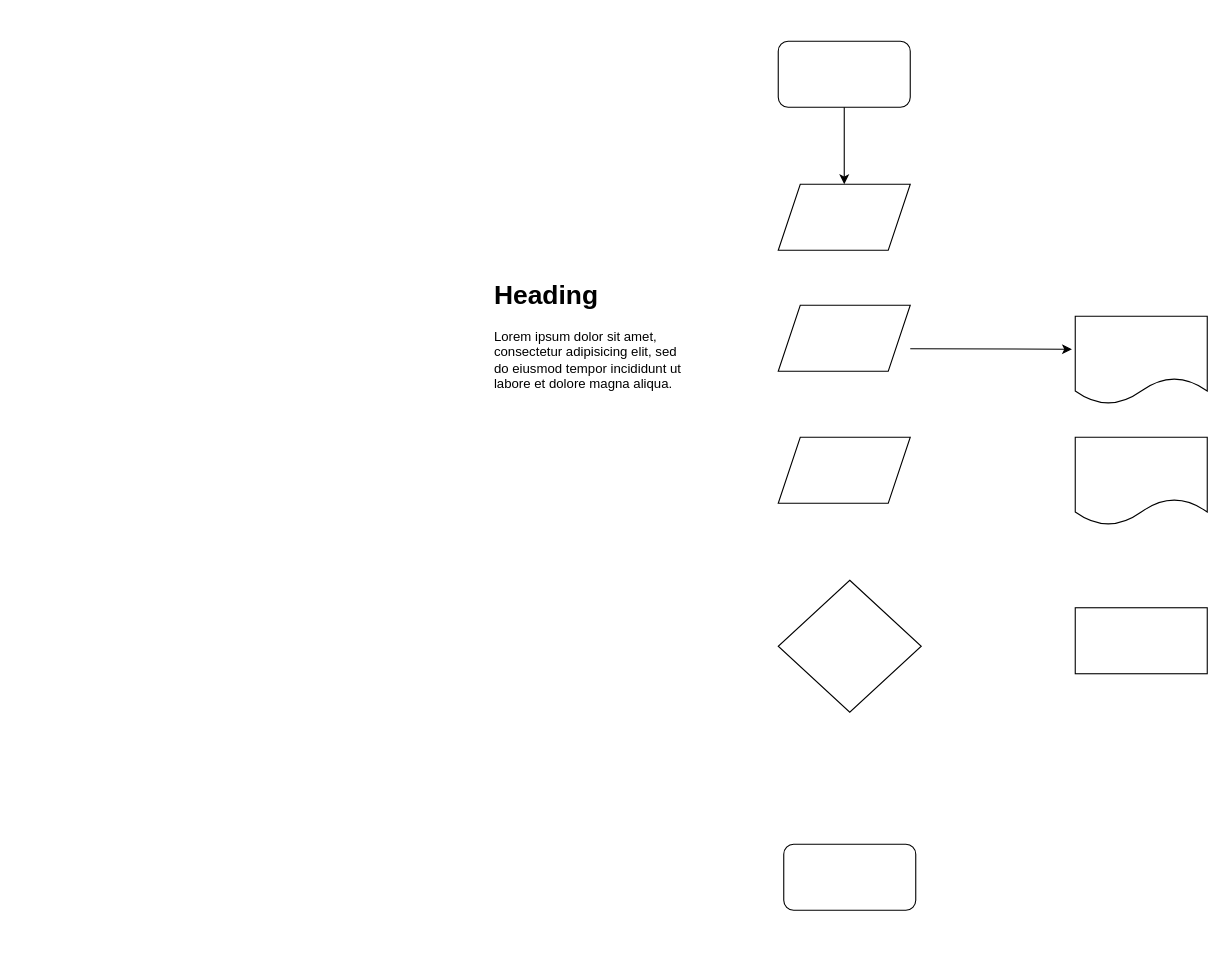
Allgommes/draw keeps this draw.io diagram as Fluxograma_Triangulo.drawio. Above is the earlier version. Source tidied: cells renumbered, new cells numbered last; positions are measured from the earlier drawing's top-left corner, leaving out a move shared by most shapes. Both pictures are drawn from the tidied source at 110%, with x=0, y=0 at pixel (492, 41).
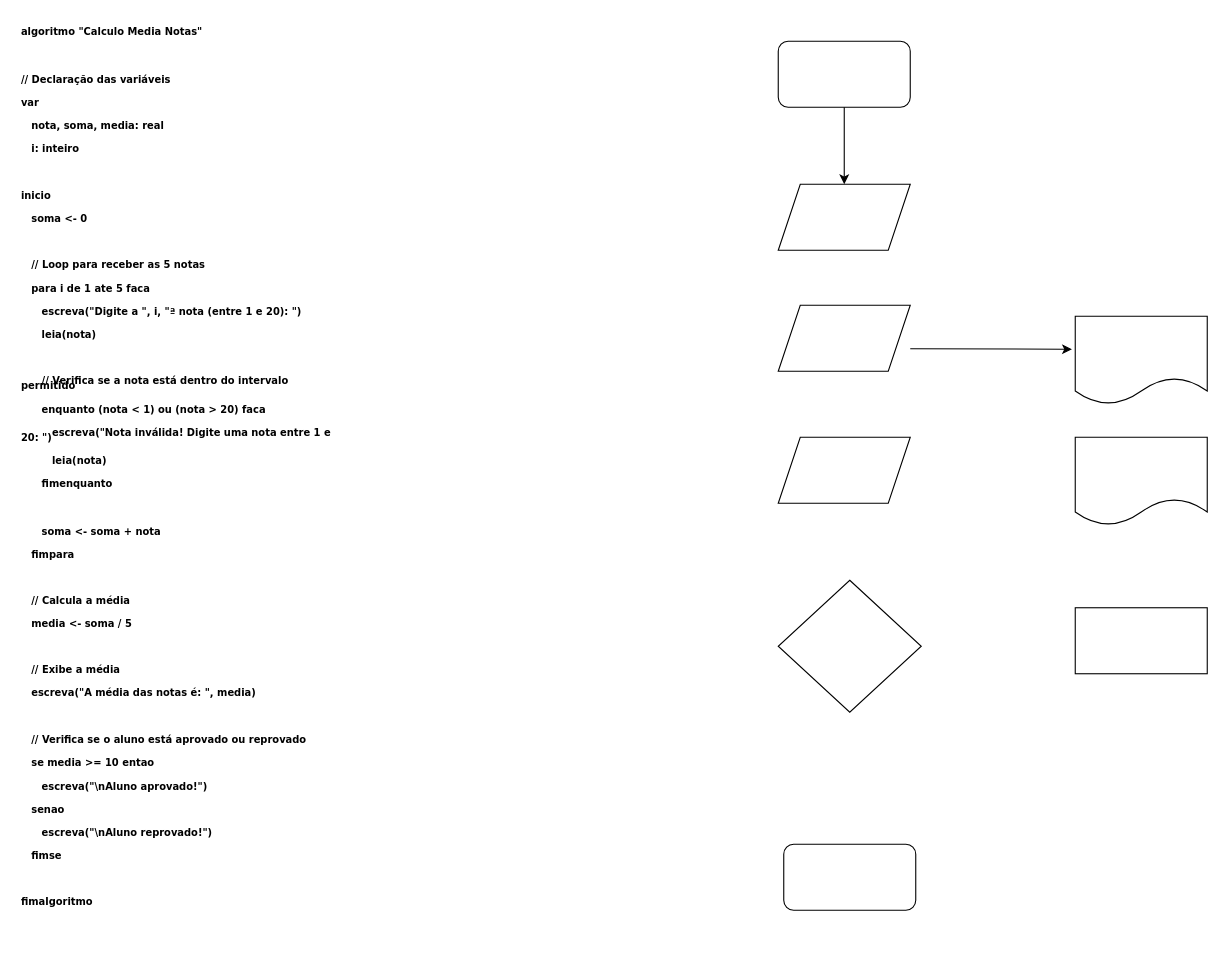
The same page after the edit.

What changed in the source:
```diff
@@
-<mxGraphModel>
+<mxGraphModel background="light-dark(#FFFFFF,#808080)">
   <root>
     <mxCell id="0" />
     <mxCell id="1" parent="0" />
     <mxCell id="2" style="rounded=1;whiteSpace=wrap;html=1;" parent="1" vertex="1">
       <mxGeometry x="260" width="120" height="60" as="geometry" />
     </mxCell>
     <mxCell id="3" style="shape=parallelogram;perimeter=parallelogramPerimeter;whiteSpace=wrap;html=1;fixedSize=1;" parent="1" vertex="1">
       <mxGeometry x="260" y="130" width="120" height="60" as="geometry" />
     </mxCell>
     <mxCell id="4" style="shape=parallelogram;perimeter=parallelogramPerimeter;whiteSpace=wrap;html=1;fixedSize=1;" parent="1" vertex="1">
       <mxGeometry x="260" y="240" width="120" height="60" as="geometry" />
     </mxCell>
     <mxCell id="5" style="shape=parallelogram;perimeter=parallelogramPerimeter;whiteSpace=wrap;html=1;fixedSize=1;" parent="1" vertex="1">
       <mxGeometry x="260" y="360" width="120" height="60" as="geometry" />
     </mxCell>
     <mxCell id="6" style="rhombus;whiteSpace=wrap;html=1;" parent="1" vertex="1">
       <mxGeometry x="260" y="490" width="130" height="120" as="geometry" />
     </mxCell>
     <mxCell id="7" style="rounded=1;whiteSpace=wrap;html=1;" parent="1" vertex="1">
       <mxGeometry x="265" y="730" width="120" height="60" as="geometry" />
     </mxCell>
     <mxCell id="8" style="shape=document;whiteSpace=wrap;html=1;boundedLbl=1;" parent="1" vertex="1">
       <mxGeometry x="530" y="250" width="120" height="80" as="geometry" />
     </mxCell>
     <mxCell id="9" style="shape=document;whiteSpace=wrap;html=1;boundedLbl=1;" parent="1" vertex="1">
       <mxGeometry x="530" y="360" width="120" height="80" as="geometry" />
     </mxCell>
-    <mxCell id="10" value="&lt;h1 style=&quot;margin-top: 0px;&quot;&gt;Heading&lt;/h1&gt;&lt;p&gt;Lorem ipsum dolor sit amet, consectetur adipisicing elit, sed do eiusmod tempor incididunt ut labore et dolore magna aliqua.&lt;/p&gt;" style="text;html=1;whiteSpace=wrap;overflow=hidden;rounded=0;" parent="1" vertex="1">
-      <mxGeometry y="210" width="180" height="120" as="geometry" />
-    </mxCell>
     <mxCell id="11" style="endArrow=classic;html=1;rounded=0;entryX=-0.025;entryY=0.375;entryDx=0;entryDy=0;entryPerimeter=0;" parent="1" edge="1" target="8">
       <mxGeometry relative="1" as="geometry">
         <mxPoint x="380" y="279.5" as="sourcePoint" />
       </mxGeometry>
     </mxCell>
     <mxCell id="12" style="endArrow=classic;html=1;rounded=0;entryX=0.5;entryY=0;entryDx=0;entryDy=0;exitX=0.5;exitY=1;exitDx=0;exitDy=0;" parent="1" edge="1" source="2" target="3">
       <mxGeometry relative="1" as="geometry" />
     </mxCell>
     <mxCell id="13" style="rounded=0;whiteSpace=wrap;html=1;" parent="1" vertex="1">
       <mxGeometry x="530" y="515" width="120" height="60" as="geometry" />
     </mxCell>
+    <mxCell id="14" value="&lt;div style=&quot;line-height: 0%;&quot;&gt;&lt;h1 style=&quot;margin-top: 0px;&quot;&gt;&lt;font face=&quot;Verdana&quot; style=&quot;font-size: 9px;&quot;&gt;algoritmo &quot;Calculo Media Notas&quot;&lt;/font&gt;&lt;/h1&gt;&lt;div&gt;&lt;font face=&quot;Verdana&quot; style=&quot;font-size: 9px;&quot;&gt;&lt;br&gt;&lt;/font&gt;&lt;/div&gt;&lt;h1 style=&quot;margin-top: 0px;&quot;&gt;&lt;font face=&quot;Verdana&quot; style=&quot;font-size: 9px;&quot;&gt;&lt;br&gt;&lt;/font&gt;&lt;/h1&gt;&lt;h1 style=&quot;margin-top: 0px;&quot;&gt;&lt;font face=&quot;Verdana&quot; style=&quot;font-size: 9px;&quot;&gt;// Declaração das variáveis&lt;/font&gt;&lt;/h1&gt;&lt;h1 style=&quot;margin-top: 0px;&quot;&gt;&lt;font face=&quot;Verdana&quot; style=&quot;font-size: 9px;&quot;&gt;var&lt;/font&gt;&lt;/h1&gt;&lt;h1 style=&quot;margin-top: 0px;&quot;&gt;&lt;font face=&quot;Verdana&quot; style=&quot;font-size: 9px;&quot;&gt;&amp;nbsp; &amp;nbsp;nota, soma, media: real&lt;/font&gt;&lt;/h1&gt;&lt;h1 style=&quot;margin-top: 0px;&quot;&gt;&lt;font face=&quot;Verdana&quot; style=&quot;font-size: 9px;&quot;&gt;&amp;nbsp; &amp;nbsp;i: inteiro&lt;/font&gt;&lt;/h1&gt;&lt;h1 style=&quot;margin-top: 0px;&quot;&gt;&lt;font face=&quot;Verdana&quot; style=&quot;font-size: 9px;&quot;&gt;&lt;br&gt;&lt;/font&gt;&lt;/h1&gt;&lt;h1 style=&quot;margin-top: 0px;&quot;&gt;&lt;font face=&quot;Verdana&quot; style=&quot;font-size: 9px;&quot;&gt;inicio&lt;/font&gt;&lt;/h1&gt;&lt;h1 style=&quot;margin-top: 0px;&quot;&gt;&lt;font face=&quot;Verdana&quot; style=&quot;font-size: 9px;&quot;&gt;&amp;nbsp; &amp;nbsp;soma &amp;lt;- 0&lt;/font&gt;&lt;/h1&gt;&lt;h1 style=&quot;margin-top: 0px;&quot;&gt;&lt;font face=&quot;Verdana&quot; style=&quot;font-size: 9px;&quot;&gt;&amp;nbsp; &amp;nbsp;&lt;/font&gt;&lt;/h1&gt;&lt;h1 style=&quot;margin-top: 0px;&quot;&gt;&lt;font face=&quot;Verdana&quot; style=&quot;font-size: 9px;&quot;&gt;&amp;nbsp; &amp;nbsp;// Loop para receber as 5 notas&lt;/font&gt;&lt;/h1&gt;&lt;h1 style=&quot;margin-top: 0px;&quot;&gt;&lt;font face=&quot;Verdana&quot; style=&quot;font-size: 9px;&quot;&gt;&amp;nbsp; &amp;nbsp;para i de 1 ate 5 faca&lt;/font&gt;&lt;/h1&gt;&lt;h1 style=&quot;margin-top: 0px;&quot;&gt;&lt;font face=&quot;Verdana&quot; style=&quot;font-size: 9px;&quot;&gt;&amp;nbsp; &amp;nbsp; &amp;nbsp; escreva(&quot;Digite a &quot;, i, &quot;ª nota (entre 1 e 20): &quot;)&lt;/font&gt;&lt;/h1&gt;&lt;h1 style=&quot;margin-top: 0px;&quot;&gt;&lt;font face=&quot;Verdana&quot; style=&quot;font-size: 9px;&quot;&gt;&amp;nbsp; &amp;nbsp; &amp;nbsp; leia(nota)&lt;/font&gt;&lt;/h1&gt;&lt;h1 style=&quot;margin-top: 0px;&quot;&gt;&lt;font face=&quot;Verdana&quot; style=&quot;font-size: 9px;&quot;&gt;&amp;nbsp; &amp;nbsp; &amp;nbsp;&amp;nbsp;&lt;/font&gt;&lt;/h1&gt;&lt;h1 style=&quot;margin-top: 0px;&quot;&gt;&lt;font face=&quot;Verdana&quot; style=&quot;font-size: 9px;&quot;&gt;&amp;nbsp; &amp;nbsp; &amp;nbsp; // Verifica se a nota está dentro do intervalo permitido&lt;/font&gt;&lt;/h1&gt;&lt;h1 style=&quot;margin-top: 0px;&quot;&gt;&lt;font face=&quot;Verdana&quot; style=&quot;font-size: 9px;&quot;&gt;&amp;nbsp; &amp;nbsp; &amp;nbsp; enquanto (nota &amp;lt; 1) ou (nota &amp;gt; 20) faca&lt;/font&gt;&lt;/h1&gt;&lt;h1 style=&quot;margin-top: 0px;&quot;&gt;&lt;font face=&quot;Verdana&quot; style=&quot;font-size: 9px;&quot;&gt;&amp;nbsp; &amp;nbsp; &amp;nbsp; &amp;nbsp; &amp;nbsp;escreva(&quot;Nota inválida! Digite uma nota entre 1 e 20: &quot;)&lt;/font&gt;&lt;/h1&gt;&lt;h1 style=&quot;margin-top: 0px;&quot;&gt;&lt;font face=&quot;Verdana&quot; style=&quot;font-size: 9px;&quot;&gt;&amp;nbsp; &amp;nbsp; &amp;nbsp; &amp;nbsp; &amp;nbsp;leia(nota)&lt;/font&gt;&lt;/h1&gt;&lt;h1 style=&quot;margin-top: 0px;&quot;&gt;&lt;font face=&quot;Verdana&quot; style=&quot;font-size: 9px;&quot;&gt;&amp;nbsp; &amp;nbsp; &amp;nbsp; fimenquanto&lt;/font&gt;&lt;/h1&gt;&lt;h1 style=&quot;margin-top: 0px;&quot;&gt;&lt;font face=&quot;Verdana&quot; style=&quot;font-size: 9px;&quot;&gt;&amp;nbsp; &amp;nbsp; &amp;nbsp;&amp;nbsp;&lt;/font&gt;&lt;/h1&gt;&lt;h1 style=&quot;margin-top: 0px;&quot;&gt;&lt;font face=&quot;Verdana&quot; style=&quot;font-size: 9px;&quot;&gt;&amp;nbsp; &amp;nbsp; &amp;nbsp; soma &amp;lt;- soma + nota&lt;/font&gt;&lt;/h1&gt;&lt;h1 style=&quot;margin-top: 0px;&quot;&gt;&lt;font face=&quot;Verdana&quot; style=&quot;font-size: 9px;&quot;&gt;&amp;nbsp; &amp;nbsp;fimpara&lt;/font&gt;&lt;/h1&gt;&lt;h1 style=&quot;margin-top: 0px;&quot;&gt;&lt;font face=&quot;Verdana&quot; style=&quot;font-size: 9px;&quot;&gt;&amp;nbsp; &amp;nbsp;&lt;/font&gt;&lt;/h1&gt;&lt;h1 style=&quot;margin-top: 0px;&quot;&gt;&lt;font face=&quot;Verdana&quot; style=&quot;font-size: 9px;&quot;&gt;&amp;nbsp; &amp;nbsp;// Calcula a média&lt;/font&gt;&lt;/h1&gt;&lt;h1 style=&quot;margin-top: 0px;&quot;&gt;&lt;font face=&quot;Verdana&quot; style=&quot;font-size: 9px;&quot;&gt;&amp;nbsp; &amp;nbsp;media &amp;lt;- soma / 5&lt;/font&gt;&lt;/h1&gt;&lt;h1 style=&quot;margin-top: 0px;&quot;&gt;&lt;font face=&quot;Verdana&quot; style=&quot;font-size: 9px;&quot;&gt;&amp;nbsp; &amp;nbsp;&lt;/font&gt;&lt;/h1&gt;&lt;h1 style=&quot;margin-top: 0px;&quot;&gt;&lt;font face=&quot;Verdana&quot; style=&quot;font-size: 9px;&quot;&gt;&amp;nbsp; &amp;nbsp;// Exibe a média&lt;/font&gt;&lt;/h1&gt;&lt;h1 style=&quot;margin-top: 0px;&quot;&gt;&lt;font face=&quot;Verdana&quot; style=&quot;font-size: 9px;&quot;&gt;&amp;nbsp; &amp;nbsp;escreva(&quot;A média das notas é: &quot;, media)&lt;/font&gt;&lt;/h1&gt;&lt;h1 style=&quot;margin-top: 0px;&quot;&gt;&lt;font face=&quot;Verdana&quot; style=&quot;font-size: 9px;&quot;&gt;&amp;nbsp; &amp;nbsp;&lt;/font&gt;&lt;/h1&gt;&lt;h1 style=&quot;margin-top: 0px;&quot;&gt;&lt;font face=&quot;Verdana&quot; style=&quot;font-size: 9px;&quot;&gt;&amp;nbsp; &amp;nbsp;// Verifica se o aluno está aprovado ou reprovado&lt;/font&gt;&lt;/h1&gt;&lt;h1 style=&quot;margin-top: 0px;&quot;&gt;&lt;font face=&quot;Verdana&quot; style=&quot;font-size: 9px;&quot;&gt;&amp;nbsp; &amp;nbsp;se media &amp;gt;= 10 entao&lt;/font&gt;&lt;/h1&gt;&lt;h1 style=&quot;margin-top: 0px;&quot;&gt;&lt;font face=&quot;Verdana&quot; style=&quot;font-size: 9px;&quot;&gt;&amp;nbsp; &amp;nbsp; &amp;nbsp; escreva(&quot;\nAluno aprovado!&quot;)&lt;/font&gt;&lt;/h1&gt;&lt;h1 style=&quot;margin-top: 0px;&quot;&gt;&lt;font face=&quot;Verdana&quot; style=&quot;font-size: 9px;&quot;&gt;&amp;nbsp; &amp;nbsp;senao&lt;/font&gt;&lt;/h1&gt;&lt;h1 style=&quot;margin-top: 0px;&quot;&gt;&lt;font face=&quot;Verdana&quot; style=&quot;font-size: 9px;&quot;&gt;&amp;nbsp; &amp;nbsp; &amp;nbsp; escreva(&quot;\nAluno reprovado!&quot;)&lt;/font&gt;&lt;/h1&gt;&lt;h1 style=&quot;margin-top: 0px;&quot;&gt;&lt;font face=&quot;Verdana&quot; style=&quot;font-size: 9px;&quot;&gt;&amp;nbsp; &amp;nbsp;fimse&lt;/font&gt;&lt;/h1&gt;&lt;h1 style=&quot;margin-top: 0px;&quot;&gt;&lt;font face=&quot;Verdana&quot; style=&quot;font-size: 9px;&quot;&gt;&lt;br&gt;&lt;/font&gt;&lt;/h1&gt;&lt;h1 style=&quot;margin-top: 0px;&quot;&gt;&lt;font face=&quot;Verdana&quot; style=&quot;font-size: 9px;&quot;&gt;fimalgoritmo&lt;/font&gt;&lt;/h1&gt;&lt;/div&gt;" style="text;html=1;whiteSpace=wrap;overflow=hidden;rounded=0;" parent="1" vertex="1">
+      <mxGeometry x="-430" y="-20" width="290" height="850" as="geometry" />
+    </mxCell>
   </root>
 </mxGraphModel>
```
